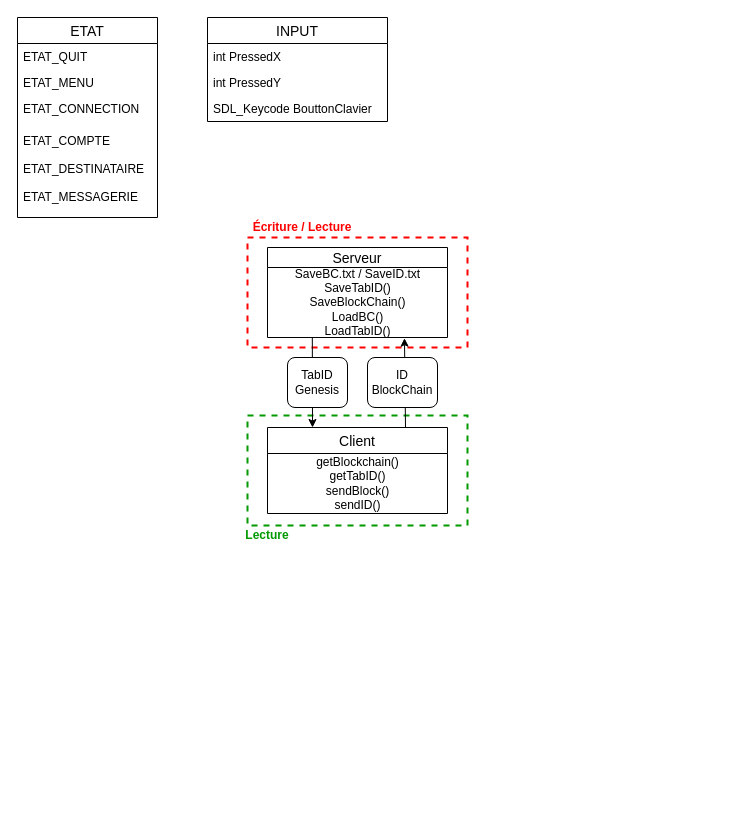
Earlier version of the draw.io diagram page "Variable et Structures" (6 of 6) of AffichageBottle.drawio (lucasmaisonnave/BottleV2). Source tidied: cells renumbered, new cells numbered last; positions are measured from the earlier drawing's top-left corner, leaving out a move shared by most shapes. Both pictures are drawn from the tidied source at 100%, with x=0, y=0 at pixel (17, 17).
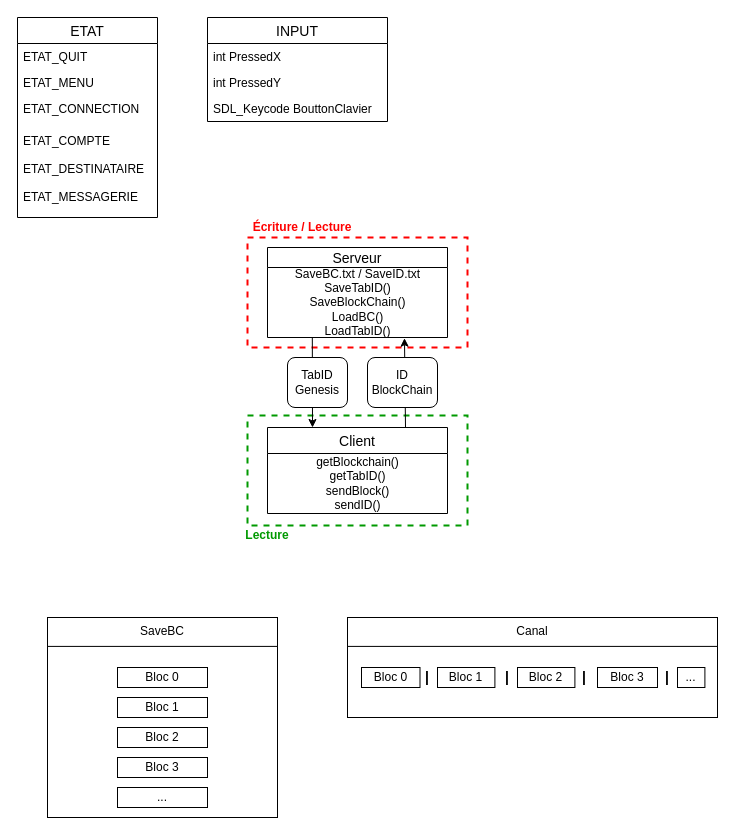
After the change.

Diff of the diagram source:
```diff
@@
+    <mxCell id="24" style="group;" parent="1" vertex="1">
+      <mxGeometry x="30" y="580" width="230" height="220" as="geometry" />
+    </mxCell>
+    <mxCell id="25" style="group;" parent="24" vertex="1">
+      <mxGeometry width="230" height="220" as="geometry" />
+    </mxCell>
+    <mxCell id="26" style="rounded=0;whiteSpace=wrap;html=1;" parent="25" vertex="1">
+      <mxGeometry y="30" width="230" height="190" as="geometry" />
+    </mxCell>
+    <mxCell id="27" value="SaveBC" style="rounded=0;whiteSpace=wrap;html=1;" parent="25" vertex="1">
+      <mxGeometry y="20" width="230" height="28.9" as="geometry" />
+    </mxCell>
+    <mxCell id="28" value="Bloc 0" style="rounded=0;whiteSpace=wrap;html=1;" parent="25" vertex="1">
+      <mxGeometry x="70" y="70" width="90" height="20" as="geometry" />
+    </mxCell>
+    <mxCell id="29" value="Bloc 3" style="rounded=0;whiteSpace=wrap;html=1;" parent="25" vertex="1">
+      <mxGeometry x="70" y="160" width="90" height="20" as="geometry" />
+    </mxCell>
+    <mxCell id="30" value="Bloc 2" style="rounded=0;whiteSpace=wrap;html=1;" parent="25" vertex="1">
+      <mxGeometry x="70" y="130" width="90" height="20" as="geometry" />
+    </mxCell>
+    <mxCell id="31" value="Bloc 1" style="rounded=0;whiteSpace=wrap;html=1;" parent="25" vertex="1">
+      <mxGeometry x="70" y="100" width="90" height="20" as="geometry" />
+    </mxCell>
+    <mxCell id="32" value="..." style="rounded=0;whiteSpace=wrap;html=1;" parent="25" vertex="1">
+      <mxGeometry x="70" y="190" width="90" height="20" as="geometry" />
+    </mxCell>
+    <mxCell id="33" style="group;" parent="1" vertex="1">
+      <mxGeometry x="330" y="580" width="370" height="220" as="geometry" />
+    </mxCell>
+    <mxCell id="34" style="group;" parent="33" vertex="1">
+      <mxGeometry width="370" height="220" as="geometry" />
+    </mxCell>
+    <mxCell id="35" style="rounded=0;whiteSpace=wrap;html=1;" parent="34" vertex="1">
+      <mxGeometry y="30" width="370" height="90" as="geometry" />
+    </mxCell>
+    <mxCell id="36" value="Canal" style="rounded=0;whiteSpace=wrap;html=1;" parent="34" vertex="1">
+      <mxGeometry y="20" width="370" height="28.9" as="geometry" />
+    </mxCell>
+    <mxCell id="37" value="Bloc 0" style="rounded=0;whiteSpace=wrap;html=1;" parent="34" vertex="1">
+      <mxGeometry x="14" y="70" width="58.5" height="20" as="geometry" />
+    </mxCell>
+    <mxCell id="38" value="Bloc 3" style="rounded=0;whiteSpace=wrap;html=1;" parent="34" vertex="1">
+      <mxGeometry x="250" y="70" width="60" height="20" as="geometry" />
+    </mxCell>
+    <mxCell id="39" value="Bloc 2" style="rounded=0;whiteSpace=wrap;html=1;" parent="34" vertex="1">
+      <mxGeometry x="170" y="70" width="57.4" height="20" as="geometry" />
+    </mxCell>
+    <mxCell id="40" value="Bloc 1" style="rounded=0;whiteSpace=wrap;html=1;" parent="34" vertex="1">
+      <mxGeometry x="90" y="70" width="57.4" height="20" as="geometry" />
+    </mxCell>
+    <mxCell id="41" value="..." style="rounded=0;whiteSpace=wrap;html=1;" parent="34" vertex="1">
+      <mxGeometry x="330" y="70" width="27.4" height="20" as="geometry" />
+    </mxCell>
+    <mxCell id="42" value="&lt;b&gt;&lt;font style=&quot;font-size: 14px&quot;&gt;|&lt;/font&gt;&lt;/b&gt;" style="text;html=1;strokeColor=none;fillColor=none;align=center;verticalAlign=middle;whiteSpace=wrap;rounded=0;" parent="34" vertex="1">
+      <mxGeometry x="60" y="70" width="40" height="20" as="geometry" />
+    </mxCell>
+    <mxCell id="43" value="&lt;b&gt;&lt;font style=&quot;font-size: 14px&quot;&gt;|&lt;/font&gt;&lt;/b&gt;" style="text;html=1;strokeColor=none;fillColor=none;align=center;verticalAlign=middle;whiteSpace=wrap;rounded=0;" parent="34" vertex="1">
+      <mxGeometry x="140" y="70" width="40" height="20" as="geometry" />
+    </mxCell>
+    <mxCell id="44" value="&lt;b&gt;&lt;font style=&quot;font-size: 14px&quot;&gt;|&lt;/font&gt;&lt;/b&gt;" style="text;html=1;strokeColor=none;fillColor=none;align=center;verticalAlign=middle;whiteSpace=wrap;rounded=0;" parent="34" vertex="1">
+      <mxGeometry x="217.4" y="70" width="40" height="20" as="geometry" />
+    </mxCell>
+    <mxCell id="45" value="&lt;b&gt;&lt;font style=&quot;font-size: 14px&quot;&gt;|&lt;/font&gt;&lt;/b&gt;" style="text;html=1;strokeColor=none;fillColor=none;align=center;verticalAlign=middle;whiteSpace=wrap;rounded=0;" parent="34" vertex="1">
+      <mxGeometry x="300" y="70" width="40" height="20" as="geometry" />
+    </mxCell>
```
